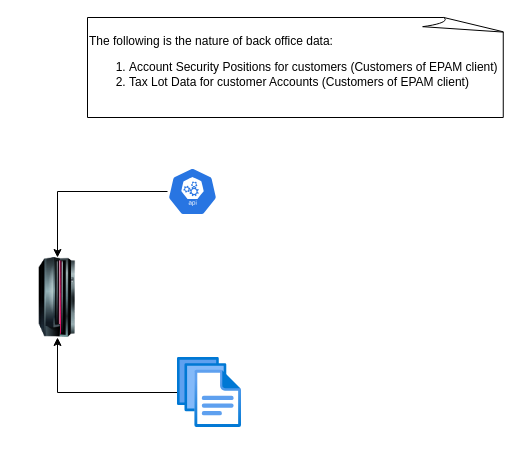
Vykuntarao-n/loss-harvesting-dashboard keeps this draw.io diagram as solution/Loss Harvesting Dashboard.drawio. Above is the earlier version. Source tidied: cells renumbered, new cells numbered last; positions are measured from the earlier drawing's top-left corner, leaving out a move shared by most shapes. Both pictures are drawn from the tidied source at 100%, with x=0, y=0 at pixel (17, 17).
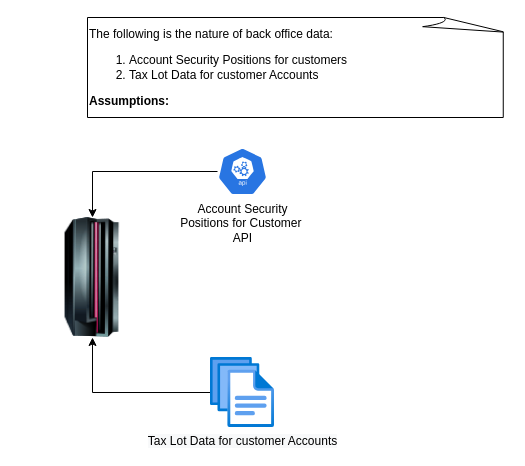
The same page after the edit.

The edit, as a diff of the source:
```diff
@@
 <mxGraphModel>
   <root>
     <mxCell id="0" />
     <mxCell id="1" parent="0" />
     <mxCell id="2" style="image;html=1;image=img/lib/clip_art/computers/Mainframe_128x128.png;" parent="1" vertex="1">
-      <mxGeometry y="240" width="80" height="80" as="geometry" />
+      <mxGeometry y="200" width="150" height="120" as="geometry" />
     </mxCell>
     <mxCell id="3" style="edgeStyle=orthogonalEdgeStyle;rounded=0;jettySize=auto;html=1;entryX=0.5;entryY=0;entryDx=0;entryDy=0;" parent="1" edge="1" source="4" target="2">
       <mxGeometry relative="1" as="geometry" />
     </mxCell>
-    <mxCell id="4" style="sketch=0;html=1;dashed=0;whitespace=wrap;fillColor=#2875E2;strokeColor=#ffffff;points=[[0.005,0.63,0],[0.1,0.2,0],[0.9,0.2,0],[0.5,0,0],[0.995,0.63,0],[0.72,0.99,0],[0.5,1,0],[0.28,0.99,0]];verticalLabelPosition=bottom;align=center;verticalAlign=top;shape=mxgraph.kubernetes.icon;prIcon=api;" parent="1" vertex="1">
-      <mxGeometry x="150" y="150" width="50" height="48" as="geometry" />
+    <mxCell id="4" value="&lt;span style=&quot;text-align: left;&quot;&gt;Account Security &lt;br&gt;Positions for Customer&amp;nbsp;&lt;br&gt;API&lt;br&gt;&lt;/span&gt;" style="sketch=0;html=1;dashed=0;whitespace=wrap;fillColor=#2875E2;strokeColor=#ffffff;points=[[0.005,0.63,0],[0.1,0.2,0],[0.9,0.2,0],[0.5,0,0],[0.995,0.63,0],[0.72,0.99,0],[0.5,1,0],[0.28,0.99,0]];verticalLabelPosition=bottom;align=center;verticalAlign=top;shape=mxgraph.kubernetes.icon;prIcon=api;" parent="1" vertex="1">
+      <mxGeometry x="200" y="130" width="50" height="48" as="geometry" />
     </mxCell>
     <mxCell id="5" style="edgeStyle=orthogonalEdgeStyle;rounded=0;jettySize=auto;html=1;entryX=0.5;entryY=1;entryDx=0;entryDy=0;" parent="1" edge="1" source="6" target="2">
       <mxGeometry relative="1" as="geometry" />
     </mxCell>
-    <mxCell id="6" style="html=1;points=[];align=center;image;fontSize=12;image=img/lib/azure2/general/Files.svg;" parent="1" vertex="1">
-      <mxGeometry x="160" y="340" width="64" height="70" as="geometry" />
+    <mxCell id="6" value="&lt;span style=&quot;background-color: rgb(248, 249, 250); text-align: left;&quot;&gt;Tax Lot Data for customer Accounts&lt;/span&gt;" style="html=1;points=[];align=center;image;fontSize=12;image=img/lib/azure2/general/Files.svg;" parent="1" vertex="1">
+      <mxGeometry x="193" y="340" width="64" height="70" as="geometry" />
     </mxCell>
-    <mxCell id="7" value="&lt;div&gt;The following is the nature of back office data:&lt;/div&gt;&lt;div&gt;&lt;ol&gt;&lt;li&gt;Account Security Positions for customers (Customers of EPAM client)&lt;/li&gt;&lt;li&gt;Tax Lot Data for customer Accounts (Customers of EPAM client)&amp;nbsp;&lt;/li&gt;&lt;/ol&gt;&lt;/div&gt;" style="whiteSpace=wrap;html=1;shape=mxgraph.basic.document;align=left;" parent="1" vertex="1">
+    <mxCell id="7" value="&lt;div&gt;The following is the nature of back office data:&lt;/div&gt;&lt;div&gt;&lt;ol&gt;&lt;li&gt;Account Security Positions for customers&lt;/li&gt;&lt;li&gt;Tax Lot Data for customer Accounts&lt;/li&gt;&lt;/ol&gt;&lt;div&gt;&lt;b&gt;Assumptions:&lt;/b&gt;&lt;/div&gt;&lt;/div&gt;" style="whiteSpace=wrap;html=1;shape=mxgraph.basic.document;align=left;" parent="1" vertex="1">
       <mxGeometry x="70" width="420" height="100" as="geometry" />
     </mxCell>
   </root>
 </mxGraphModel>
```
